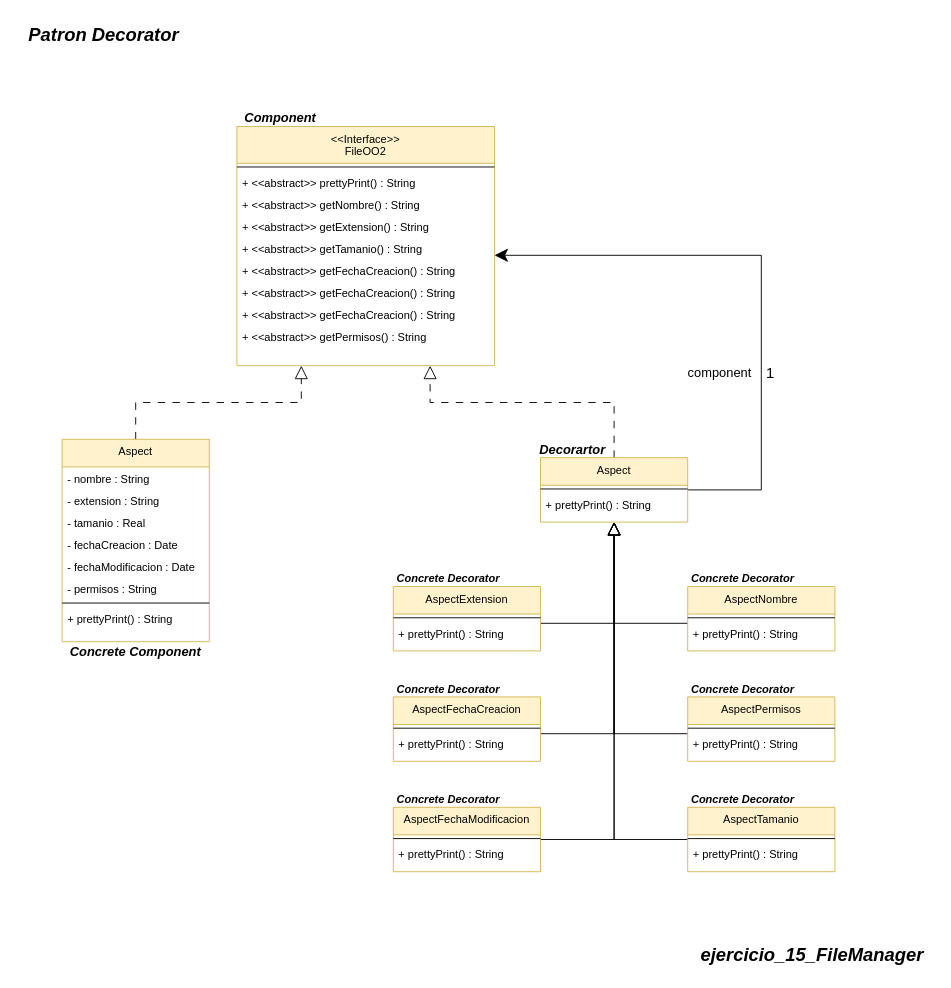
The draw.io diagram Practicas/Patrones/ejercicio_15_FileManager/UML/ejercicio_15_FileManager.drawio in TaielNxz/OO2, before the edit. Source tidied: cells renumbered, new cells numbered last; positions are measured from the earlier drawing's top-left corner, leaving out a move shared by most shapes. Both pictures are drawn from the tidied source at 92%, with x=0, y=0 at pixel (16, 16).
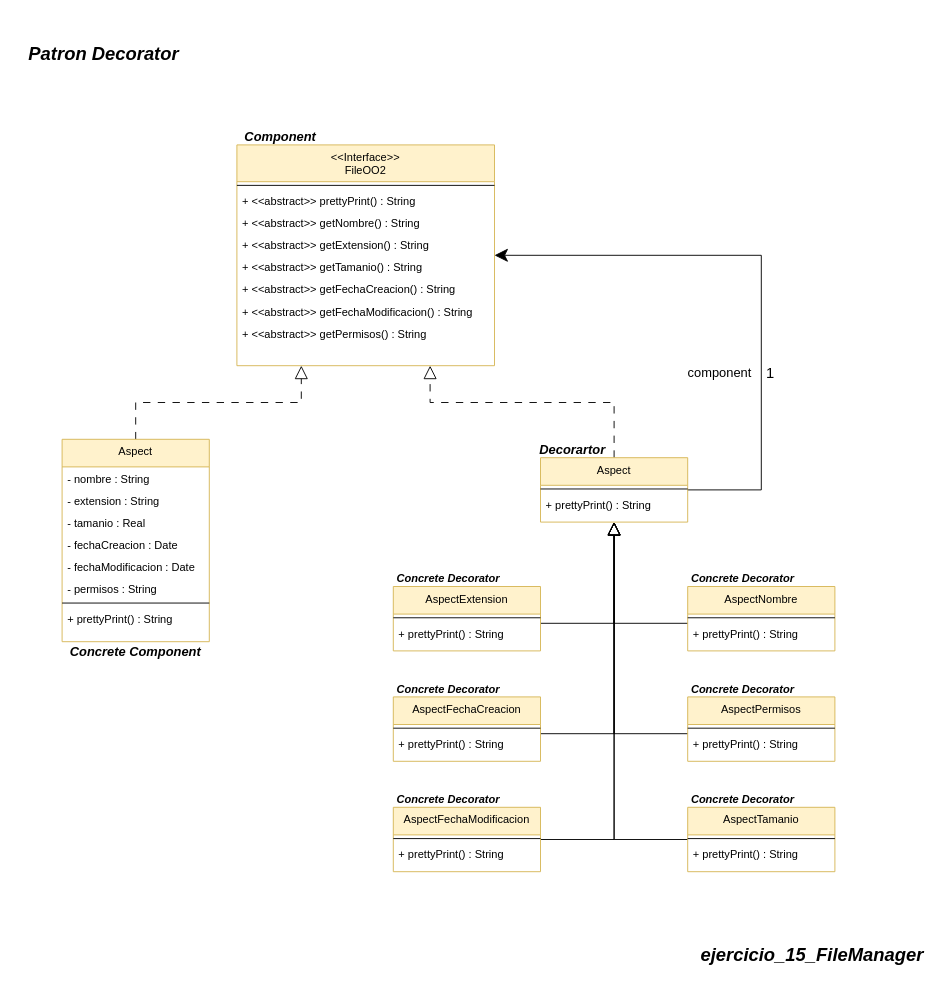
Above is the later version.

Commit message (it also covers changes not shown here):
modifico los UML del ejercicio 15 de patrones

Diff of the diagram source:
```diff
@@
     <mxCell id="3" value="&lt;b style=&quot;&quot;&gt;&lt;i&gt;&lt;font style=&quot;font-size: 20px;&quot;&gt;Patron Decorator&lt;/font&gt;&lt;/i&gt;&lt;/b&gt;" style="text;html=1;align=center;verticalAlign=middle;strokeColor=none;fillColor=none;" parent="1" vertex="1">
-      <mxGeometry width="190" height="40" as="geometry" />
+      <mxGeometry y="20" width="190" height="40" as="geometry" />
     </mxCell>
@@
     <mxCell id="40" value="&lt;&lt;Interface&gt;&gt;&#10;FileOO2" style="swimlane;fontStyle=0;align=center;verticalAlign=top;horizontal=1;startSize=40;rounded=0;shadow=0;strokeWidth=1;fillColor=#fff2cc;strokeColor=#d6b656;" parent="1" vertex="1">
-      <mxGeometry x="240" y="120" width="280" height="260" as="geometry" />
+      <mxGeometry x="240" y="140" width="280" height="240" as="geometry" />
     </mxCell>
@@
-    <mxCell id="47" value="+ &lt;&lt;abstract&gt;&gt; getFechaCreacion() : String" style="text;align=left;verticalAlign=top;spacingLeft=4;spacingRight=4;overflow=hidden;rounded=0;shadow=0;html=0;" parent="40" vertex="1">
+    <mxCell id="47" value="+ &lt;&lt;abstract&gt;&gt; getFechaModificacion() : String&#10;" style="text;align=left;verticalAlign=top;spacingLeft=4;spacingRight=4;overflow=hidden;rounded=0;shadow=0;html=0;" parent="40" vertex="1">
       <mxGeometry y="168" width="280" height="24" as="geometry" />
     </mxCell>
-    <mxCell id="48" value="+ &lt;&lt;abstract&gt;&gt; getFechaCreacion() : String" style="text;align=left;verticalAlign=top;spacingLeft=4;spacingRight=4;overflow=hidden;rounded=0;shadow=0;html=0;" parent="40" vertex="1">
-      <mxGeometry y="192" width="280" height="24" as="geometry" />
-    </mxCell>
     <mxCell id="49" value="+ &lt;&lt;abstract&gt;&gt; getPermisos() : String&#10;" style="text;align=left;verticalAlign=top;spacingLeft=4;spacingRight=4;overflow=hidden;rounded=0;shadow=0;html=0;" parent="40" vertex="1">
-      <mxGeometry y="216" width="280" height="24" as="geometry" />
+      <mxGeometry y="192" width="280" height="24" as="geometry" />
     </mxCell>
     <mxCell id="50" value="&lt;font size=&quot;1&quot; style=&quot;&quot;&gt;&lt;b style=&quot;&quot;&gt;&lt;i style=&quot;font-size: 14px;&quot;&gt;Component&lt;/i&gt;&lt;/b&gt;&lt;/font&gt;" style="text;html=1;align=center;verticalAlign=middle;whiteSpace=wrap;rounded=0;fontSize=16;" parent="1" vertex="1">
-      <mxGeometry x="240" y="100" width="95" height="20" as="geometry" />
+      <mxGeometry x="240" y="120" width="95" height="20" as="geometry" />
     </mxCell>
```
